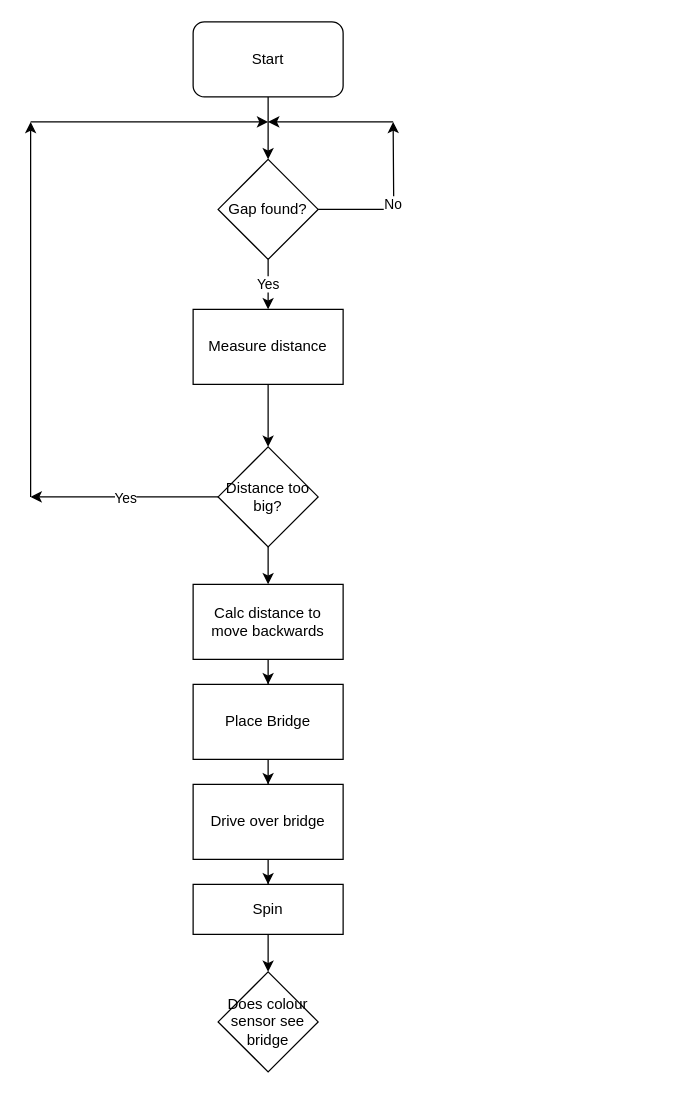
Before: Untitled Diagram.drawio in Isaac-Chadirchi/CS1821_Project, a draw.io diagram. Source tidied: cells renumbered, new cells numbered last; positions are measured from the earlier drawing's top-left corner, leaving out a move shared by most shapes. Both pictures are drawn from the tidied source at 125%, with x=0, y=0 at pixel (30, 21).
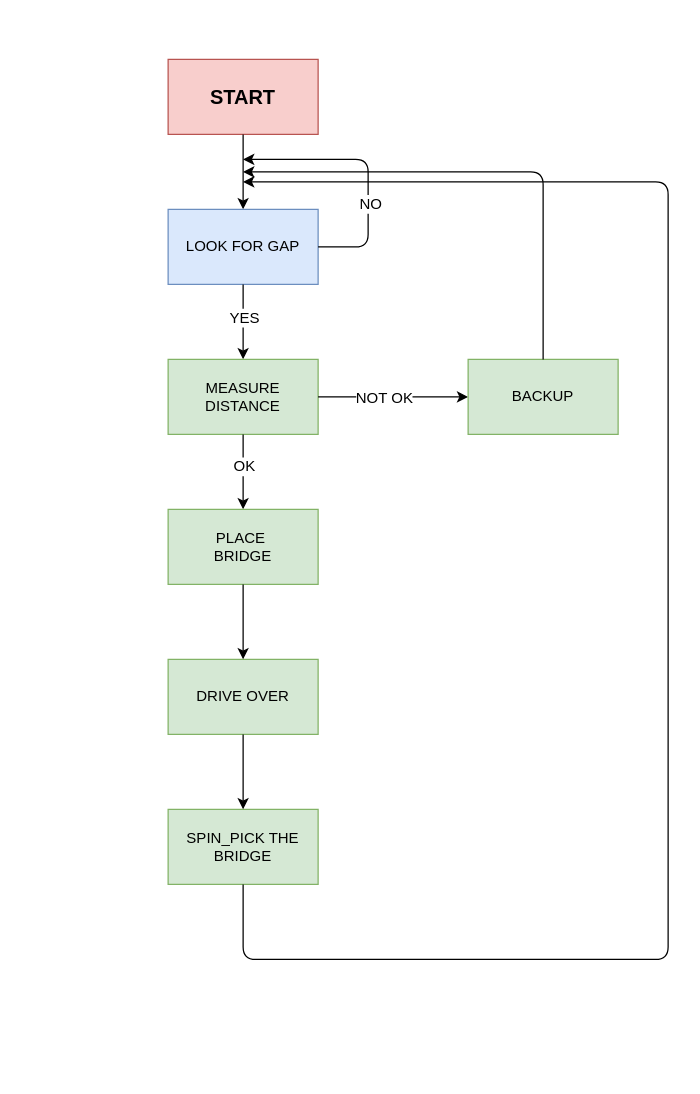
The same diagram, later.

Change to the diagram source:
```diff
@@
-    <mxCell id="0" />
-    <mxCell id="1" parent="0" />
-    <mxCell id="2" style="edgeStyle=orthogonalEdgeStyle;rounded=0;jettySize=auto;html=1;entryX=0.5;entryY=0;entryDx=0;entryDy=0;" parent="1" edge="1" source="3" target="6">
-      <mxGeometry relative="1" as="geometry" />
-    </mxCell>
-    <mxCell id="3" value="Start" style="rounded=1;whiteSpace=wrap;html=1;" parent="1" vertex="1">
-      <mxGeometry x="130" width="120" height="60" as="geometry" />
-    </mxCell>
-    <mxCell id="4" value="No" style="edgeStyle=orthogonalEdgeStyle;rounded=0;jettySize=auto;html=1;strokeColor=#000000;" parent="1" edge="1" source="6">
-      <mxGeometry relative="1" as="geometry">
-        <mxPoint x="290" y="80" as="targetPoint" />
-      </mxGeometry>
-    </mxCell>
-    <mxCell id="5" value="Yes" style="edgeStyle=orthogonalEdgeStyle;rounded=0;jettySize=auto;html=1;exitX=0.5;exitY=1;exitDx=0;exitDy=0;strokeColor=#000000;" parent="1" edge="1" source="6" target="9">
-      <mxGeometry relative="1" as="geometry" />
-    </mxCell>
-    <mxCell id="6" value="Gap found?" style="rhombus;whiteSpace=wrap;html=1;" parent="1" vertex="1">
-      <mxGeometry x="150" y="110" width="80" height="80" as="geometry" />
-    </mxCell>
-    <mxCell id="7" style="endArrow=classic;html=1;" parent="1" edge="1">
-      <mxGeometry relative="1" as="geometry">
-        <mxPoint x="290" y="80" as="sourcePoint" />
-        <mxPoint x="190" y="80" as="targetPoint" />
-      </mxGeometry>
-    </mxCell>
-    <mxCell id="8" style="edgeStyle=orthogonalEdgeStyle;rounded=0;jettySize=auto;html=1;entryX=0.5;entryY=0;entryDx=0;entryDy=0;strokeColor=#000000;" parent="1" edge="1" source="9" target="12">
-      <mxGeometry relative="1" as="geometry" />
-    </mxCell>
-    <mxCell id="9" value="Measure distance" style="rounded=0;whiteSpace=wrap;html=1;" parent="1" vertex="1">
-      <mxGeometry x="130" y="230" width="120" height="60" as="geometry" />
-    </mxCell>
-    <mxCell id="10" value="Yes" style="edgeStyle=orthogonalEdgeStyle;rounded=0;jettySize=auto;html=1;strokeColor=#000000;" parent="1" edge="1" source="12">
-      <mxGeometry relative="1" as="geometry">
-        <mxPoint y="380" as="targetPoint" />
-      </mxGeometry>
-    </mxCell>
-    <mxCell id="11" style="edgeStyle=orthogonalEdgeStyle;rounded=0;jettySize=auto;html=1;strokeColor=#000000;entryX=0.5;entryY=0;entryDx=0;entryDy=0;" parent="1" edge="1" source="12" target="16">
-      <mxGeometry relative="1" as="geometry" />
-    </mxCell>
-    <mxCell id="12" value="Distance too big?" style="rhombus;whiteSpace=wrap;html=1;" parent="1" vertex="1">
-      <mxGeometry x="150" y="340" width="80" height="80" as="geometry" />
-    </mxCell>
-    <mxCell id="13" style="endArrow=classic;html=1;strokeColor=#000000;" parent="1" edge="1">
-      <mxGeometry relative="1" as="geometry">
-        <mxPoint y="380" as="sourcePoint" />
-        <mxPoint y="80" as="targetPoint" />
-      </mxGeometry>
-    </mxCell>
-    <mxCell id="14" style="endArrow=classic;html=1;strokeColor=#000000;" parent="1" edge="1">
-      <mxGeometry relative="1" as="geometry">
-        <mxPoint y="80" as="sourcePoint" />
-        <mxPoint x="190" y="80" as="targetPoint" />
-      </mxGeometry>
-    </mxCell>
-    <mxCell id="15" style="edgeStyle=orthogonalEdgeStyle;rounded=0;jettySize=auto;html=1;strokeColor=#000000;" parent="1" edge="1" source="16" target="18">
-      <mxGeometry relative="1" as="geometry" />
-    </mxCell>
-    <mxCell id="16" value="Calc distance to move backwards" style="rounded=0;whiteSpace=wrap;html=1;" parent="1" vertex="1">
-      <mxGeometry x="130" y="450" width="120" height="60" as="geometry" />
-    </mxCell>
-    <mxCell id="17" style="edgeStyle=orthogonalEdgeStyle;rounded=0;jettySize=auto;html=1;strokeColor=#000000;" parent="1" edge="1" source="18" target="20">
-      <mxGeometry relative="1" as="geometry" />
-    </mxCell>
-    <mxCell id="18" value="Place Bridge" style="rounded=0;whiteSpace=wrap;html=1;" parent="1" vertex="1">
-      <mxGeometry x="130" y="530" width="120" height="60" as="geometry" />
-    </mxCell>
-    <mxCell id="19" style="edgeStyle=orthogonalEdgeStyle;rounded=0;jettySize=auto;html=1;strokeColor=#000000;entryX=0.5;entryY=0;entryDx=0;entryDy=0;" parent="1" edge="1" source="20" target="23">
-      <mxGeometry relative="1" as="geometry" />
-    </mxCell>
-    <mxCell id="20" value="Drive over bridge" style="rounded=0;whiteSpace=wrap;html=1;" parent="1" vertex="1">
-      <mxGeometry x="130" y="610" width="120" height="60" as="geometry" />
-    </mxCell>
-    <mxCell id="21" value="Does colour sensor see bridge" style="rhombus;whiteSpace=wrap;html=1;" parent="1" vertex="1">
-      <mxGeometry x="150" y="760" width="80" height="80" as="geometry" />
-    </mxCell>
-    <mxCell id="22" style="edgeStyle=orthogonalEdgeStyle;rounded=0;jettySize=auto;html=1;entryX=0.5;entryY=0;entryDx=0;entryDy=0;strokeColor=#000000;" parent="1" edge="1" source="23" target="21">
-      <mxGeometry relative="1" as="geometry" />
-    </mxCell>
-    <mxCell id="23" value="Spin" style="rounded=0;whiteSpace=wrap;html=1;" parent="1" vertex="1">
-      <mxGeometry x="130" y="690" width="120" height="40" as="geometry" />
-    </mxCell>
+    <mxCell id="24" />
+    <mxCell id="25" parent="24" />
+    <mxCell id="26" value="&lt;b&gt;&lt;font style=&quot;font-size: 16px&quot;&gt;START&lt;/font&gt;&lt;/b&gt;" style="rounded=0;whiteSpace=wrap;html=1;fillColor=#f8cecc;strokeColor=#b85450;" parent="25" vertex="1">
+      <mxGeometry x="110" y="30" width="120" height="60" as="geometry" />
+    </mxCell>
+    <mxCell id="27" style="endArrow=classic;html=1;exitX=0.5;exitY=1;exitDx=0;exitDy=0;" parent="25" edge="1" source="26">
+      <mxGeometry relative="1" as="geometry">
+        <mxPoint x="170" y="150" as="targetPoint" />
+      </mxGeometry>
+    </mxCell>
+    <mxCell id="28" value="LOOK FOR GAP" style="rounded=0;whiteSpace=wrap;html=1;fillColor=#dae8fc;strokeColor=#6c8ebf;" parent="25" vertex="1">
+      <mxGeometry x="110" y="150" width="120" height="60" as="geometry" />
+    </mxCell>
+    <mxCell id="29" style="endArrow=classic;html=1;exitX=0.5;exitY=1;exitDx=0;exitDy=0;" parent="25" edge="1" source="28">
+      <mxGeometry relative="1" as="geometry">
+        <mxPoint x="170" y="270" as="targetPoint" />
+      </mxGeometry>
+    </mxCell>
+    <mxCell id="30" value="YES" style="text;html=1;align=center;verticalAlign=middle;labelBackgroundColor=#ffffff;" parent="29" vertex="1">
+      <mxGeometry x="-0.13" relative="1" as="geometry" />
+    </mxCell>
+    <mxCell id="31" style="endArrow=classic;html=1;exitX=1;exitY=0.5;exitDx=0;exitDy=0;" parent="25" edge="1" source="28">
+      <mxGeometry relative="1" as="geometry">
+        <mxPoint x="170" y="110" as="targetPoint" />
+        <Array as="points">
+          <mxPoint x="270" y="180" />
+          <mxPoint x="270" y="110" />
+        </Array>
+      </mxGeometry>
+    </mxCell>
+    <mxCell id="32" value="NO" style="text;html=1;align=center;verticalAlign=middle;labelBackgroundColor=#ffffff;" parent="31" vertex="1">
+      <mxGeometry x="-0.29" y="-1" relative="1" as="geometry" />
+    </mxCell>
+    <mxCell id="33" value="MEASURE DISTANCE" style="rounded=0;whiteSpace=wrap;html=1;fillColor=#d5e8d4;strokeColor=#82b366;" parent="25" vertex="1">
+      <mxGeometry x="110" y="270" width="120" height="60" as="geometry" />
+    </mxCell>
+    <mxCell id="34" style="endArrow=classic;html=1;exitX=0.5;exitY=1;exitDx=0;exitDy=0;" parent="25" edge="1" source="33">
+      <mxGeometry relative="1" as="geometry">
+        <mxPoint x="170" y="390" as="targetPoint" />
+      </mxGeometry>
+    </mxCell>
+    <mxCell id="35" value="OK" style="text;html=1;align=center;verticalAlign=middle;labelBackgroundColor=#ffffff;" parent="34" vertex="1">
+      <mxGeometry x="-0.17" relative="1" as="geometry" />
+    </mxCell>
+    <mxCell id="36" value="PLACE&amp;nbsp;&lt;br&gt;BRIDGE" style="rounded=0;whiteSpace=wrap;html=1;fillColor=#d5e8d4;strokeColor=#82b366;" parent="25" vertex="1">
+      <mxGeometry x="110" y="390" width="120" height="60" as="geometry" />
+    </mxCell>
+    <mxCell id="37" style="endArrow=classic;html=1;exitX=1;exitY=0.5;exitDx=0;exitDy=0;" parent="25" edge="1" source="33">
+      <mxGeometry relative="1" as="geometry">
+        <mxPoint x="350" y="300" as="targetPoint" />
+      </mxGeometry>
+    </mxCell>
+    <mxCell id="38" value="NOT OK" style="text;html=1;align=center;verticalAlign=middle;labelBackgroundColor=#ffffff;" parent="37" vertex="1">
+      <mxGeometry x="-0.13" relative="1" as="geometry" />
+    </mxCell>
+    <mxCell id="39" value="BACKUP" style="rounded=0;whiteSpace=wrap;html=1;fillColor=#d5e8d4;strokeColor=#82b366;" parent="25" vertex="1">
+      <mxGeometry x="350" y="270" width="120" height="60" as="geometry" />
+    </mxCell>
+    <mxCell id="40" style="endArrow=classic;html=1;exitX=0.5;exitY=0;exitDx=0;exitDy=0;" parent="25" edge="1" source="39">
+      <mxGeometry relative="1" as="geometry">
+        <mxPoint x="170" y="120" as="targetPoint" />
+        <Array as="points">
+          <mxPoint x="410" y="120" />
+        </Array>
+      </mxGeometry>
+    </mxCell>
+    <mxCell id="41" value="DRIVE OVER" style="rounded=0;whiteSpace=wrap;html=1;fillColor=#d5e8d4;strokeColor=#82b366;" parent="25" vertex="1">
+      <mxGeometry x="110" y="510" width="120" height="60" as="geometry" />
+    </mxCell>
+    <mxCell id="42" value="SPIN_PICK THE BRIDGE" style="rounded=0;whiteSpace=wrap;html=1;fillColor=#d5e8d4;strokeColor=#82b366;" parent="25" vertex="1">
+      <mxGeometry x="110" y="630" width="120" height="60" as="geometry" />
+    </mxCell>
+    <mxCell id="43" style="endArrow=classic;html=1;exitX=0.5;exitY=1;exitDx=0;exitDy=0;entryX=0.5;entryY=0;entryDx=0;entryDy=0;" parent="25" edge="1" source="36" target="41">
+      <mxGeometry relative="1" as="geometry" />
+    </mxCell>
+    <mxCell id="44" style="endArrow=classic;html=1;entryX=0.5;entryY=0;entryDx=0;entryDy=0;exitX=0.5;exitY=1;exitDx=0;exitDy=0;" parent="25" edge="1" source="41" target="42">
+      <mxGeometry relative="1" as="geometry" />
+    </mxCell>
+    <mxCell id="45" style="endArrow=classic;html=1;exitX=0.5;exitY=1;exitDx=0;exitDy=0;" parent="25" edge="1" source="42">
+      <mxGeometry relative="1" as="geometry">
+        <mxPoint x="170" y="128" as="targetPoint" />
+        <Array as="points">
+          <mxPoint x="170" y="750" />
+          <mxPoint x="510" y="750" />
+          <mxPoint x="510" y="128" />
+        </Array>
+      </mxGeometry>
+    </mxCell>
```
